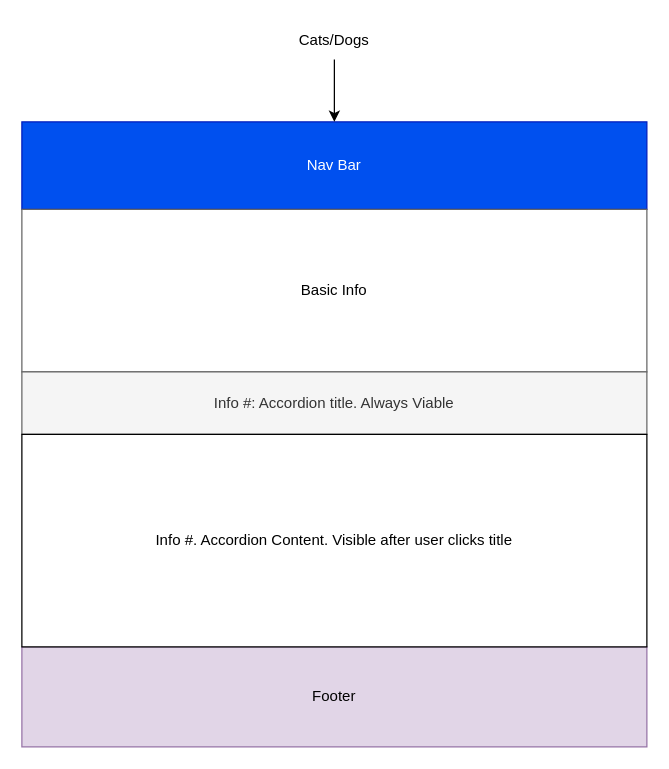
This is page "Cats&Dogs" (2 of 4) of wireframe.drawio from Travis-DV/WGU_D279-Project-Proposal-with-Strategies, a draw.io file, before an edit. Source tidied: cells renumbered, new cells numbered last; positions are measured from the earlier drawing's top-left corner, leaving out a move shared by most shapes. Both pictures are drawn from the tidied source at 125%, with x=0, y=0 at pixel (21, 21).
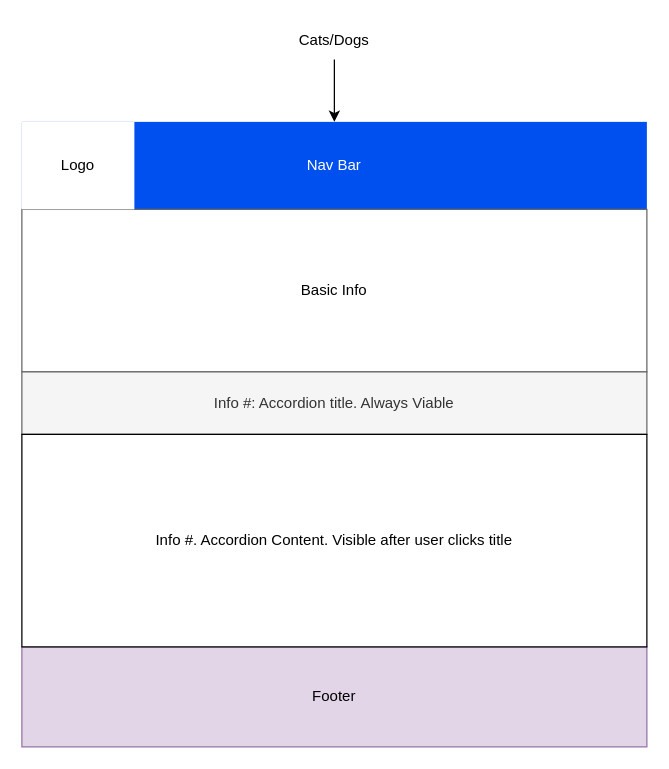
The same diagram, later.

What changed in the source:
```diff
@@
 <mxGraphModel>
   <root>
     <mxCell id="0" />
     <mxCell id="1" parent="0" />
-    <mxCell id="2" value="Nav Bar" style="rounded=0;whiteSpace=wrap;html=1;fillColor=#0050ef;fontColor=#ffffff;strokeColor=#001DBC;" parent="1" vertex="1">
+    <mxCell id="2" value="Nav Bar" style="rounded=0;whiteSpace=wrap;html=1;fillColor=#0050ef;fontColor=#ffffff;strokeColor=none;" parent="1" vertex="1">
       <mxGeometry y="80" width="500" height="70" as="geometry" />
     </mxCell>
     <mxCell id="3" value="Basic Info" style="rounded=0;whiteSpace=wrap;html=1;fillColor=light-dark(#FFFFFF,#FFFFFF);strokeColor=light-dark(#666666,transparent);fontColor=light-dark(#000000,#000000);" parent="1" vertex="1">
       <mxGeometry y="150" width="500" height="130" as="geometry" />
     </mxCell>
     <mxCell id="4" style="edgeStyle=orthogonalEdgeStyle;rounded=0;jettySize=auto;html=1;exitX=0.5;exitY=1;exitDx=0;exitDy=0;" parent="1" edge="1" source="5" target="2">
       <mxGeometry relative="1" as="geometry" />
     </mxCell>
     <mxCell id="5" value="&lt;div&gt;Cats/Dogs&lt;/div&gt;" style="text;html=1;whiteSpace=wrap;strokeColor=none;fillColor=none;align=center;verticalAlign=middle;rounded=0;" parent="1" vertex="1">
       <mxGeometry x="220" width="60" height="30" as="geometry" />
     </mxCell>
     <mxCell id="6" value="Footer" style="rounded=0;whiteSpace=wrap;html=1;fillColor=#e1d5e7;strokeColor=#9673a6;" parent="1" vertex="1">
       <mxGeometry y="500" width="500" height="80" as="geometry" />
     </mxCell>
     <mxCell id="7" value="Info #: Accordion title. Always Viable" style="rounded=0;whiteSpace=wrap;html=1;fillColor=#f5f5f5;fontColor=light-dark(#333333,#FFFFFF);strokeColor=#666666;" parent="1" vertex="1">
       <mxGeometry y="280" width="500" height="50" as="geometry" />
     </mxCell>
     <mxCell id="8" value="Info #. Accordion Content. Visible after user clicks title" style="rounded=0;whiteSpace=wrap;html=1;" parent="1" vertex="1">
       <mxGeometry y="330" width="500" height="170" as="geometry" />
     </mxCell>
+    <mxCell id="9" value="Logo" style="rounded=0;whiteSpace=wrap;html=1;strokeColor=none;" parent="1" vertex="1">
+      <mxGeometry y="80" width="90" height="70" as="geometry" />
+    </mxCell>
   </root>
 </mxGraphModel>
```
